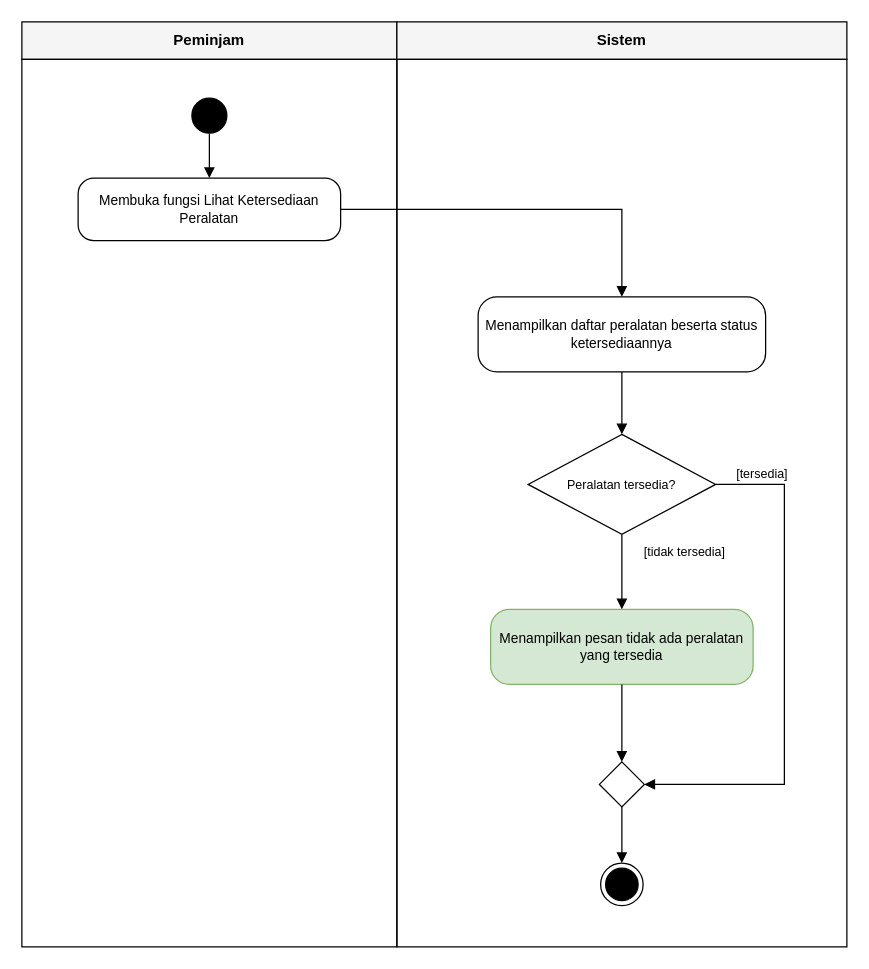
Above: 04_model_analisis/P06/LAB/P06_2406002_LAB_activity_lihat_ketersediaan_v01.drawio in MuhammadYusufFaturahman-55/IFRWP5149_2406002_LabAlat (draw.io), before the change. Source tidied: cells renumbered, new cells numbered last; positions are measured from the earlier drawing's top-left corner, leaving out a move shared by most shapes. Both pictures are drawn from the tidied source at 125%, with x=0, y=0 at pixel (21, 21).
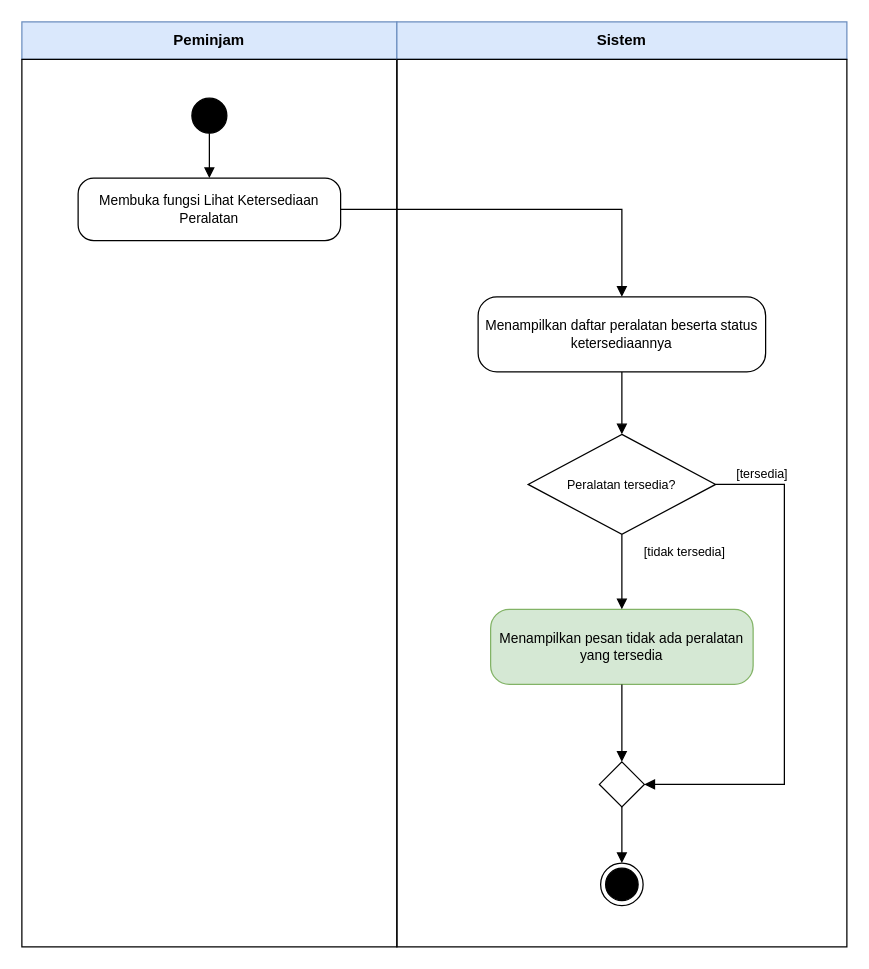
After the change.

What changed in the source:
```diff
@@
-    <mxCell id="2" value="Peminjam" style="rounded=0;whiteSpace=wrap;html=1;fillColor=#f5f5f5;strokeColor=#000000;fontStyle=1;fontSize=12;" parent="1" vertex="1">
+    <mxCell id="2" value="Peminjam" style="rounded=0;whiteSpace=wrap;html=1;fillColor=#dae8fc;strokeColor=#6c8ebf;fontStyle=1;fontSize=12;" parent="1" vertex="1">
       <mxGeometry width="300" height="30" as="geometry" />
     </mxCell>
@@
-    <mxCell id="4" value="Sistem" style="rounded=0;whiteSpace=wrap;html=1;fillColor=#f5f5f5;strokeColor=#000000;fontStyle=1;fontSize=12;" parent="1" vertex="1">
+    <mxCell id="4" value="Sistem" style="rounded=0;whiteSpace=wrap;html=1;fillColor=#dae8fc;strokeColor=#6c8ebf;fontStyle=1;fontSize=12;" parent="1" vertex="1">
       <mxGeometry x="300" width="360" height="30" as="geometry" />
     </mxCell>
```
